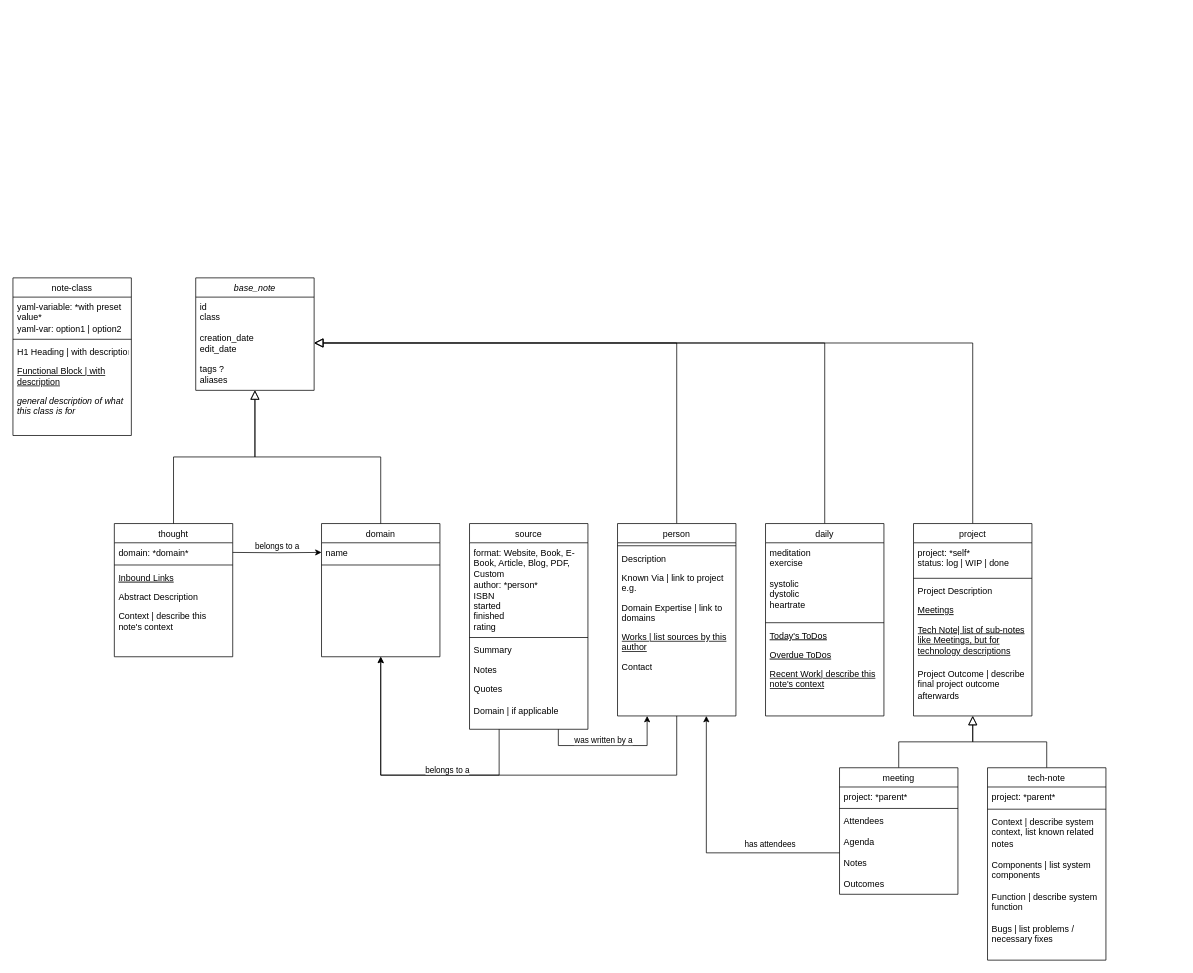
The draw.io diagram OOPKM_Class-Diag_rovi_v1.drawio in jaltgen/obsidian-meeting-workflow, before the edit. Source tidied: cells renumbered, new cells numbered last; positions are measured from the earlier drawing's top-left corner, leaving out a move shared by most shapes. Both pictures are drawn from the tidied source at 74%, with x=0, y=0 at pixel (13, 278).
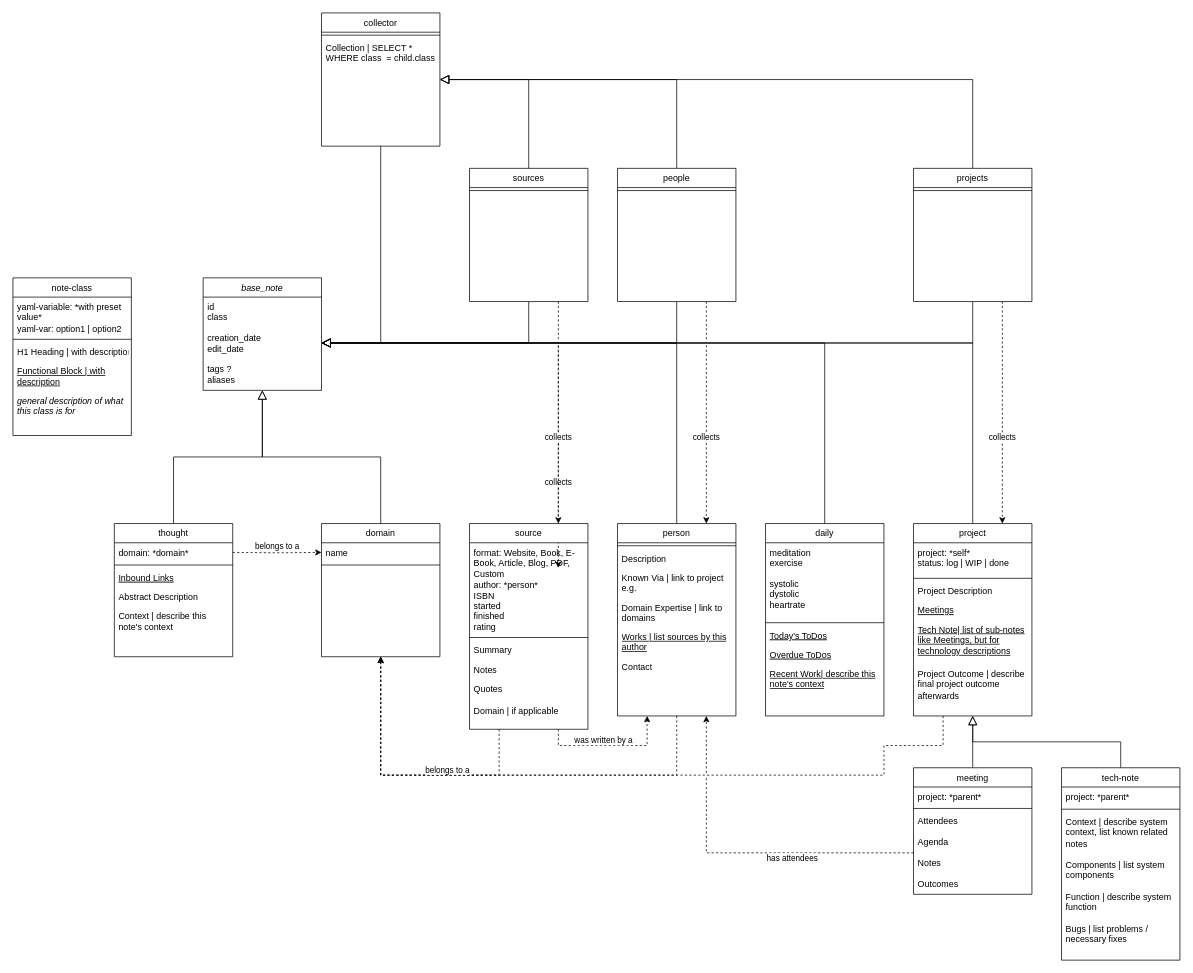
The same diagram, later.

Commit message:
added collection classes

The change refers to these unchanged cells:
```xml
<mxCell id="3" value="id&#10;class&#10;&#10;creation_date&#10;edit_date&#10;&#10;tags ?&#10;aliases&#10;" style="text;align=left;verticalAlign=top;spacingLeft=4;spacingRight=4;overflow=hidden;points=[[0,0.5],[1,0.5]];portConstraint=eastwest;strokeColor=none;" parent="2" vertex="1">
  <mxGeometry y="26" width="160" height="124" as="geometry" />
</mxCell>
<mxCell id="11" value="domain" style="swimlane;fontStyle=0;align=center;verticalAlign=top;horizontal=1;startSize=26;rounded=0;shadow=0;strokeWidth=1;" parent="1" vertex="1">
  <mxGeometry x="417" y="332" width="160" height="180" as="geometry" />
</mxCell>
<mxCell id="12" value="name" style="text;align=left;verticalAlign=top;spacingLeft=4;spacingRight=4;overflow=hidden;points=[[0,0.5],[1,0.5]];portConstraint=eastwest;" parent="11" vertex="1">
  <mxGeometry y="26" width="160" height="26" as="geometry" />
</mxCell>
<mxCell id="18" value="daily" style="swimlane;fontStyle=0;align=center;verticalAlign=top;horizontal=1;startSize=26;rounded=0;shadow=0;strokeWidth=1;" parent="1" vertex="1">
  <mxGeometry x="1017" y="332" width="160" height="260" as="geometry" />
</mxCell>
<mxCell id="25" value="project" style="swimlane;fontStyle=0;align=center;verticalAlign=top;horizontal=1;startSize=26;rounded=0;shadow=0;strokeWidth=1;" parent="1" vertex="1">
  <mxGeometry x="1217" y="332" width="160" height="260" as="geometry" />
</mxCell>
<mxCell id="36" value="Attendees&#10;&#10;Agenda&#10;&#10;Notes&#10;&#10;Outcomes" style="text;align=left;verticalAlign=top;spacingLeft=4;spacingRight=4;overflow=hidden;points=[[0,0.5],[1,0.5]];portConstraint=eastwest;fontStyle=0;" parent="33" vertex="1">
  <mxGeometry y="59" width="160" height="112" as="geometry" />
</mxCell>
<mxCell id="50" value="person" style="swimlane;fontStyle=0;align=center;verticalAlign=top;horizontal=1;startSize=26;rounded=0;shadow=0;strokeWidth=1;" parent="1" vertex="1">
  <mxGeometry x="817" y="332" width="160" height="260" as="geometry" />
</mxCell>
<mxCell id="63" value="source" style="swimlane;fontStyle=0;align=center;verticalAlign=top;horizontal=1;startSize=26;rounded=0;shadow=0;strokeWidth=1;" parent="1" vertex="1">
  <mxGeometry x="617" y="332" width="160" height="278" as="geometry" />
</mxCell>
```

Diff of the diagram source:
```diff
@@
     <mxCell id="2" value="base_note" style="swimlane;fontStyle=2;align=center;verticalAlign=top;horizontal=1;startSize=26;rounded=0;shadow=0;strokeWidth=1;" parent="1" vertex="1">
-      <mxGeometry x="247" width="160" height="152" as="geometry" />
+      <mxGeometry x="257" width="160" height="152" as="geometry" />
     </mxCell>
@@
-    <mxCell id="15" style="edgeStyle=orthogonalEdgeStyle;rounded=0;jettySize=auto;html=1;exitX=1;exitY=0.5;exitDx=0;exitDy=0;entryX=0;entryY=0.5;entryDx=0;entryDy=0;" parent="1" edge="1" target="12">
+    <mxCell id="15" style="edgeStyle=orthogonalEdgeStyle;rounded=0;jettySize=auto;html=1;exitX=1;exitY=0.5;exitDx=0;exitDy=0;entryX=0;entryY=0.5;entryDx=0;entryDy=0;dashed=1;" parent="1" edge="1" target="12">
       <mxGeometry relative="1" as="geometry">
         <mxPoint x="297" y="371" as="sourcePoint" />
       </mxGeometry>
     </mxCell>
@@
+    <mxCell id="70" style="edgeStyle=orthogonalEdgeStyle;rounded=0;jumpStyle=gap;orthogonalLoop=1;jettySize=auto;html=1;exitX=0.75;exitY=1;exitDx=0;exitDy=0;entryX=0.75;entryY=0;entryDx=0;entryDy=0;dashed=1;" parent="18" edge="1">
+      <mxGeometry relative="1" as="geometry">
+        <mxPoint x="-280" y="-240" as="sourcePoint" />
+        <mxPoint x="-280" y="60" as="targetPoint" />
+      </mxGeometry>
+    </mxCell>
+    <mxCell id="71" value="collects" style="edgeLabel;html=1;align=center;verticalAlign=middle;" parent="70" vertex="1">
+      <mxGeometry x="0.22" y="-1" relative="1" as="geometry" />
+    </mxCell>
@@
+    <mxCell id="72" style="edgeStyle=orthogonalEdgeStyle;rounded=0;jumpStyle=gap;jettySize=auto;html=1;exitX=0.25;exitY=1;exitDx=0;exitDy=0;entryX=0.5;entryY=1;entryDx=0;entryDy=0;dashed=1;" parent="1" edge="1" source="25" target="11">
+      <mxGeometry relative="1" as="geometry">
+        <Array as="points">
+          <mxPoint x="1257" y="632" />
+          <mxPoint x="1177" y="632" />
+          <mxPoint x="1177" y="672" />
+          <mxPoint x="497" y="672" />
+        </Array>
+      </mxGeometry>
+    </mxCell>
@@
     <mxCell id="33" value="meeting" style="swimlane;fontStyle=0;align=center;verticalAlign=top;horizontal=1;startSize=26;rounded=0;shadow=0;strokeWidth=1;" parent="1" vertex="1">
-      <mxGeometry x="1117" y="662" width="160" height="171" as="geometry" />
+      <mxGeometry x="1217" y="662" width="160" height="171" as="geometry" />
     </mxCell>
@@
     <mxCell id="38" value="tech-note" style="swimlane;fontStyle=0;align=center;verticalAlign=top;horizontal=1;startSize=26;rounded=0;shadow=0;strokeWidth=1;" parent="1" vertex="1">
-      <mxGeometry x="1317" y="662" width="160" height="260" as="geometry" />
+      <mxGeometry x="1417" y="662" width="160" height="260" as="geometry" />
     </mxCell>
@@
-    <mxCell id="49" style="edgeStyle=orthogonalEdgeStyle;rounded=0;jettySize=auto;html=1;exitX=0.5;exitY=1;exitDx=0;exitDy=0;entryX=0.5;entryY=1;entryDx=0;entryDy=0;" parent="1" edge="1" source="50" target="11">
+    <mxCell id="49" style="edgeStyle=orthogonalEdgeStyle;rounded=0;jettySize=auto;html=1;exitX=0.5;exitY=1;exitDx=0;exitDy=0;entryX=0.5;entryY=1;entryDx=0;entryDy=0;dashed=1;" parent="1" edge="1" source="50" target="11">
       <mxGeometry relative="1" as="geometry">
         <Array as="points">
           <mxPoint x="897" y="672" />
           <mxPoint x="497" y="672" />
         </Array>
       </mxGeometry>
     </mxCell>
@@
-    <mxCell id="57" style="edgeStyle=orthogonalEdgeStyle;rounded=0;jettySize=auto;html=1;exitX=0;exitY=0.5;exitDx=0;exitDy=0;entryX=0.75;entryY=1;entryDx=0;entryDy=0;" parent="1" edge="1" source="36" target="50">
+    <mxCell id="57" style="edgeStyle=orthogonalEdgeStyle;rounded=0;jettySize=auto;html=1;exitX=0;exitY=0.5;exitDx=0;exitDy=0;entryX=0.75;entryY=1;entryDx=0;entryDy=0;jumpStyle=gap;dashed=1;" parent="1" edge="1" source="36" target="50">
       <mxGeometry relative="1" as="geometry" />
     </mxCell>
@@
-    <mxCell id="59" style="edgeStyle=orthogonalEdgeStyle;rounded=0;jettySize=auto;html=1;exitX=0.75;exitY=1;exitDx=0;exitDy=0;jumpStyle=gap;" parent="1" edge="1" source="63">
+    <mxCell id="59" style="edgeStyle=orthogonalEdgeStyle;rounded=0;jettySize=auto;html=1;exitX=0.75;exitY=1;exitDx=0;exitDy=0;jumpStyle=gap;dashed=1;" parent="1" edge="1" source="63">
       <mxGeometry relative="1" as="geometry">
         <mxPoint x="857" y="592" as="targetPoint" />
         <Array as="points">
           <mxPoint x="737" y="632" />
           <mxPoint x="857" y="632" />
           <mxPoint x="857" y="592" />
         </Array>
       </mxGeometry>
     </mxCell>
@@
-    <mxCell id="61" style="edgeStyle=orthogonalEdgeStyle;rounded=0;jettySize=auto;html=1;exitX=0.25;exitY=1;exitDx=0;exitDy=0;entryX=0.5;entryY=1;entryDx=0;entryDy=0;" parent="1" edge="1" source="63" target="11">
+    <mxCell id="61" style="edgeStyle=orthogonalEdgeStyle;rounded=0;jettySize=auto;html=1;exitX=0.25;exitY=1;exitDx=0;exitDy=0;entryX=0.5;entryY=1;entryDx=0;entryDy=0;dashed=1;" parent="1" edge="1" source="63" target="11">
       <mxGeometry relative="1" as="geometry">
         <Array as="points">
           <mxPoint x="657" y="672" />
           <mxPoint x="497" y="672" />
         </Array>
       </mxGeometry>
     </mxCell>
@@
+    <mxCell id="73" style="edgeStyle=orthogonalEdgeStyle;rounded=0;jumpStyle=gap;jettySize=auto;html=1;exitX=0.5;exitY=1;exitDx=0;exitDy=0;entryX=1;entryY=0.5;entryDx=0;entryDy=0;endArrow=block;endSize=10;endFill=0;shadow=0;strokeWidth=1;" parent="1" edge="1" source="75" target="3">
+      <mxGeometry relative="1" as="geometry" />
+    </mxCell>
+    <mxCell id="74" style="edgeStyle=orthogonalEdgeStyle;rounded=0;jumpStyle=gap;jettySize=auto;html=1;exitX=0.5;exitY=0;exitDx=0;exitDy=0;entryX=1;entryY=0.5;entryDx=0;entryDy=0;endArrow=block;endSize=10;endFill=0;shadow=0;strokeWidth=1;" parent="1" edge="1" source="75" target="87">
+      <mxGeometry relative="1" as="geometry" />
+    </mxCell>
+    <mxCell id="75" value="people" style="swimlane;fontStyle=0;align=center;verticalAlign=top;horizontal=1;startSize=26;rounded=0;shadow=0;strokeWidth=1;" parent="1" vertex="1">
+      <mxGeometry x="817" y="-148" width="160" height="180" as="geometry" />
+    </mxCell>
+    <mxCell id="76" style="line;html=1;strokeWidth=1;align=left;verticalAlign=middle;spacingTop=-1;spacingLeft=3;spacingRight=3;labelPosition=right;" parent="75" vertex="1">
+      <mxGeometry y="26" width="160" height="8" as="geometry" />
+    </mxCell>
+    <mxCell id="77" style="edgeStyle=orthogonalEdgeStyle;rounded=0;jumpStyle=gap;jettySize=auto;html=1;exitX=0.5;exitY=1;exitDx=0;exitDy=0;entryX=1;entryY=0.5;entryDx=0;entryDy=0;endArrow=block;endSize=10;endFill=0;shadow=0;strokeWidth=1;" parent="1" edge="1" source="79" target="3">
+      <mxGeometry relative="1" as="geometry" />
+    </mxCell>
+    <mxCell id="78" style="edgeStyle=orthogonalEdgeStyle;rounded=0;jumpStyle=gap;jettySize=auto;html=1;exitX=0.5;exitY=0;exitDx=0;exitDy=0;entryX=1;entryY=0.5;entryDx=0;entryDy=0;endArrow=block;endSize=10;endFill=0;shadow=0;strokeWidth=1;" parent="1" edge="1" source="79" target="87">
+      <mxGeometry relative="1" as="geometry" />
+    </mxCell>
+    <mxCell id="79" value="projects" style="swimlane;fontStyle=0;align=center;verticalAlign=top;horizontal=1;startSize=26;rounded=0;shadow=0;strokeWidth=1;" parent="1" vertex="1">
+      <mxGeometry x="1217" y="-148" width="160" height="180" as="geometry" />
+    </mxCell>
+    <mxCell id="80" style="line;html=1;strokeWidth=1;align=left;verticalAlign=middle;spacingTop=-1;spacingLeft=3;spacingRight=3;labelPosition=right;" parent="79" vertex="1">
+      <mxGeometry y="26" width="160" height="8" as="geometry" />
+    </mxCell>
+    <mxCell id="81" style="edgeStyle=orthogonalEdgeStyle;rounded=0;jumpStyle=gap;jettySize=auto;html=1;exitX=0.5;exitY=1;exitDx=0;exitDy=0;entryX=1;entryY=0.5;entryDx=0;entryDy=0;endArrow=block;endSize=10;endFill=0;shadow=0;strokeWidth=1;" parent="1" edge="1" source="84" target="3">
+      <mxGeometry relative="1" as="geometry" />
+    </mxCell>
+    <mxCell id="82" style="edgeStyle=orthogonalEdgeStyle;rounded=0;jumpStyle=gap;jettySize=auto;html=1;exitX=0.75;exitY=1;exitDx=0;exitDy=0;entryX=0.75;entryY=0;entryDx=0;entryDy=0;dashed=1;" parent="1" edge="1" source="84" target="63">
+      <mxGeometry relative="1" as="geometry" />
+    </mxCell>
+    <mxCell id="83" value="collects" style="edgeLabel;html=1;align=center;verticalAlign=middle;" parent="82" vertex="1">
+      <mxGeometry x="0.22" y="-1" relative="1" as="geometry" />
+    </mxCell>
+    <mxCell id="84" value="sources" style="swimlane;fontStyle=0;align=center;verticalAlign=top;horizontal=1;startSize=26;rounded=0;shadow=0;strokeWidth=1;" parent="1" vertex="1">
+      <mxGeometry x="617" y="-148" width="160" height="180" as="geometry" />
+    </mxCell>
+    <mxCell id="85" style="line;html=1;strokeWidth=1;align=left;verticalAlign=middle;spacingTop=-1;spacingLeft=3;spacingRight=3;labelPosition=right;" parent="84" vertex="1">
+      <mxGeometry y="26" width="160" height="8" as="geometry" />
+    </mxCell>
+    <mxCell id="86" style="edgeStyle=orthogonalEdgeStyle;rounded=0;jumpStyle=gap;jettySize=auto;html=1;exitX=0.5;exitY=1;exitDx=0;exitDy=0;entryX=1;entryY=0.5;entryDx=0;entryDy=0;endArrow=block;endSize=10;endFill=0;shadow=0;strokeWidth=1;" parent="1" edge="1" source="87" target="3">
+      <mxGeometry relative="1" as="geometry" />
+    </mxCell>
+    <mxCell id="87" value="collector" style="swimlane;fontStyle=0;align=center;verticalAlign=top;horizontal=1;startSize=26;rounded=0;shadow=0;strokeWidth=1;" parent="1" vertex="1">
+      <mxGeometry x="417" y="-358" width="160" height="180" as="geometry" />
+    </mxCell>
+    <mxCell id="88" style="line;html=1;strokeWidth=1;align=left;verticalAlign=middle;spacingTop=-1;spacingLeft=3;spacingRight=3;labelPosition=right;" parent="87" vertex="1">
+      <mxGeometry y="26" width="160" height="8" as="geometry" />
+    </mxCell>
+    <mxCell id="89" value="Collection | SELECT * WHERE class  = child.class" style="text;align=left;verticalAlign=top;spacingLeft=4;spacingRight=4;overflow=hidden;fontStyle=0;whiteSpace=wrap;" parent="87" vertex="1">
+      <mxGeometry y="34" width="160" height="56" as="geometry" />
+    </mxCell>
+    <mxCell id="90" style="edgeStyle=orthogonalEdgeStyle;rounded=0;jumpStyle=gap;jettySize=auto;html=1;exitX=0.5;exitY=0;exitDx=0;exitDy=0;entryX=1;entryY=0.5;entryDx=0;entryDy=0;endArrow=block;endSize=10;endFill=0;shadow=0;strokeWidth=1;" parent="1" edge="1" source="84" target="87">
+      <mxGeometry relative="1" as="geometry" />
+    </mxCell>
+    <mxCell id="91" style="edgeStyle=orthogonalEdgeStyle;rounded=0;jumpStyle=gap;jettySize=auto;html=1;exitX=0.75;exitY=1;exitDx=0;exitDy=0;entryX=0.75;entryY=0;entryDx=0;entryDy=0;dashed=1;" parent="1" edge="1" source="75" target="50">
+      <mxGeometry relative="1" as="geometry" />
+    </mxCell>
+    <mxCell id="92" value="collects" style="edgeLabel;html=1;align=center;verticalAlign=middle;" parent="91" vertex="1">
+      <mxGeometry x="0.22" y="-1" relative="1" as="geometry" />
+    </mxCell>
+    <mxCell id="93" style="edgeStyle=orthogonalEdgeStyle;rounded=0;jumpStyle=gap;jettySize=auto;html=1;exitX=0.75;exitY=1;exitDx=0;exitDy=0;entryX=0.75;entryY=0;entryDx=0;entryDy=0;dashed=1;" parent="1" edge="1" source="79" target="25">
+      <mxGeometry relative="1" as="geometry" />
+    </mxCell>
+    <mxCell id="94" value="collects" style="edgeLabel;html=1;align=center;verticalAlign=middle;" parent="93" vertex="1">
+      <mxGeometry x="0.22" y="-1" relative="1" as="geometry" />
+    </mxCell>
```
